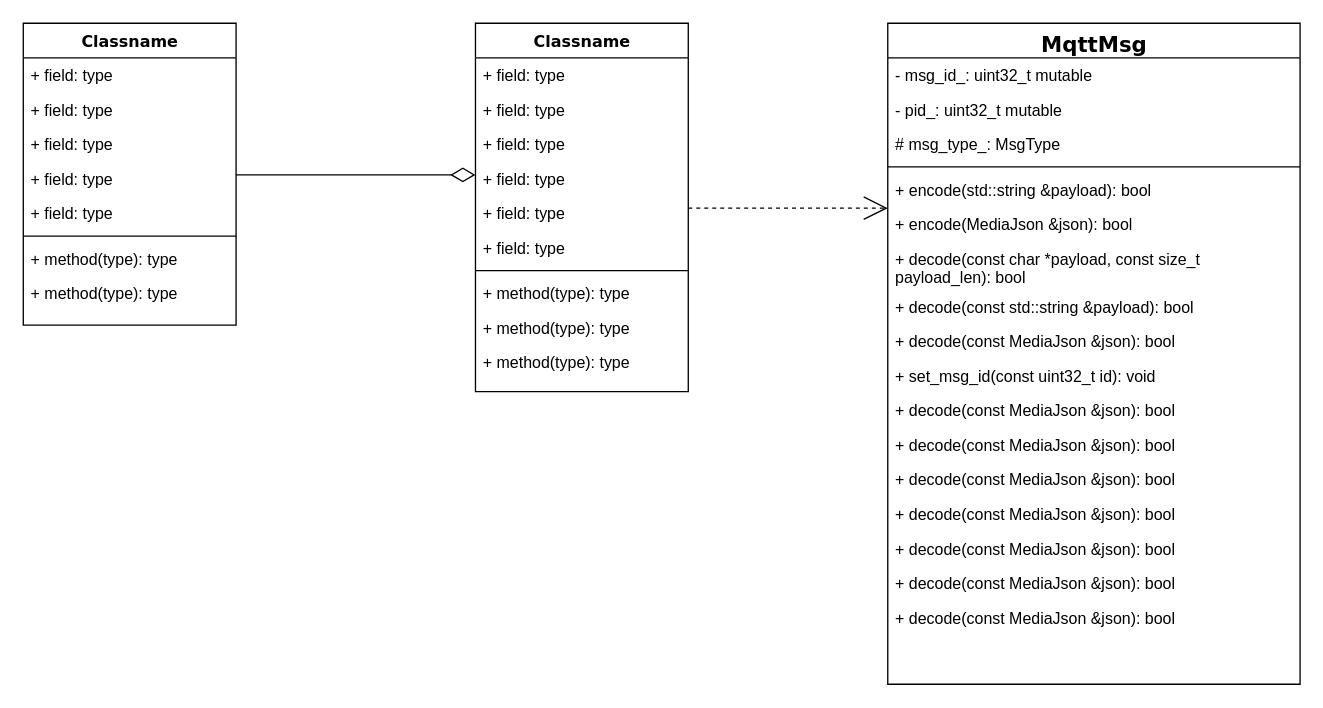
The draw.io diagram img/未命名绘图.drawio in LiuOI/LiuOI.github.io, before the edit. Source tidied: cells renumbered, new cells numbered last; positions are measured from the earlier drawing's top-left corner, leaving out a move shared by most shapes. Both pictures are drawn from the tidied source at 133%, with x=0, y=0 at pixel (23, 23).
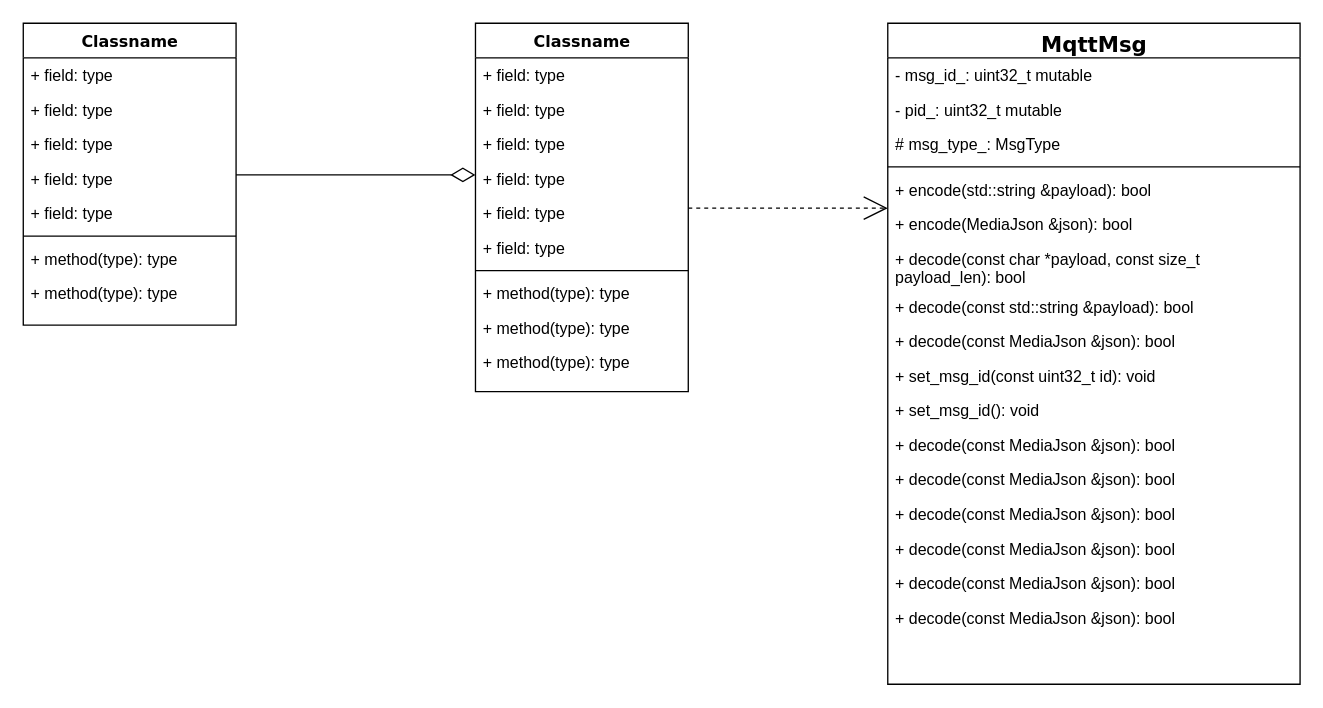
The same diagram, later.

The change refers to these unchanged cells:
```xml
<mxCell id="23" value="MqttMsg" style="swimlane;html=1;fontStyle=1;align=center;verticalAlign=top;horizontal=1;startSize=26;swimlaneFillColor=#ffffff;rounded=0;shadow=0;comic=0;labelBackgroundColor=none;strokeWidth=1;fillColor=none;fontFamily=Verdana;fontSize=16;" parent="1" vertex="1">
  <mxGeometry x="650" width="310" height="497" as="geometry" />
</mxCell>
```

Diff of the diagram source:
```diff
@@
-    <mxCell id="34" value="+ decode(const MediaJson &amp;amp;json): bool" style="text;html=1;strokeColor=none;fillColor=none;align=left;verticalAlign=top;spacingLeft=4;spacingRight=4;whiteSpace=wrap;overflow=hidden;" parent="23" vertex="1">
+    <mxCell id="34" value="+ set_msg_id(): void" style="text;html=1;strokeColor=none;fillColor=none;align=left;verticalAlign=top;spacingLeft=4;spacingRight=4;whiteSpace=wrap;overflow=hidden;" parent="23" vertex="1">
       <mxGeometry y="278" width="310" height="26" as="geometry" />
     </mxCell>
```
